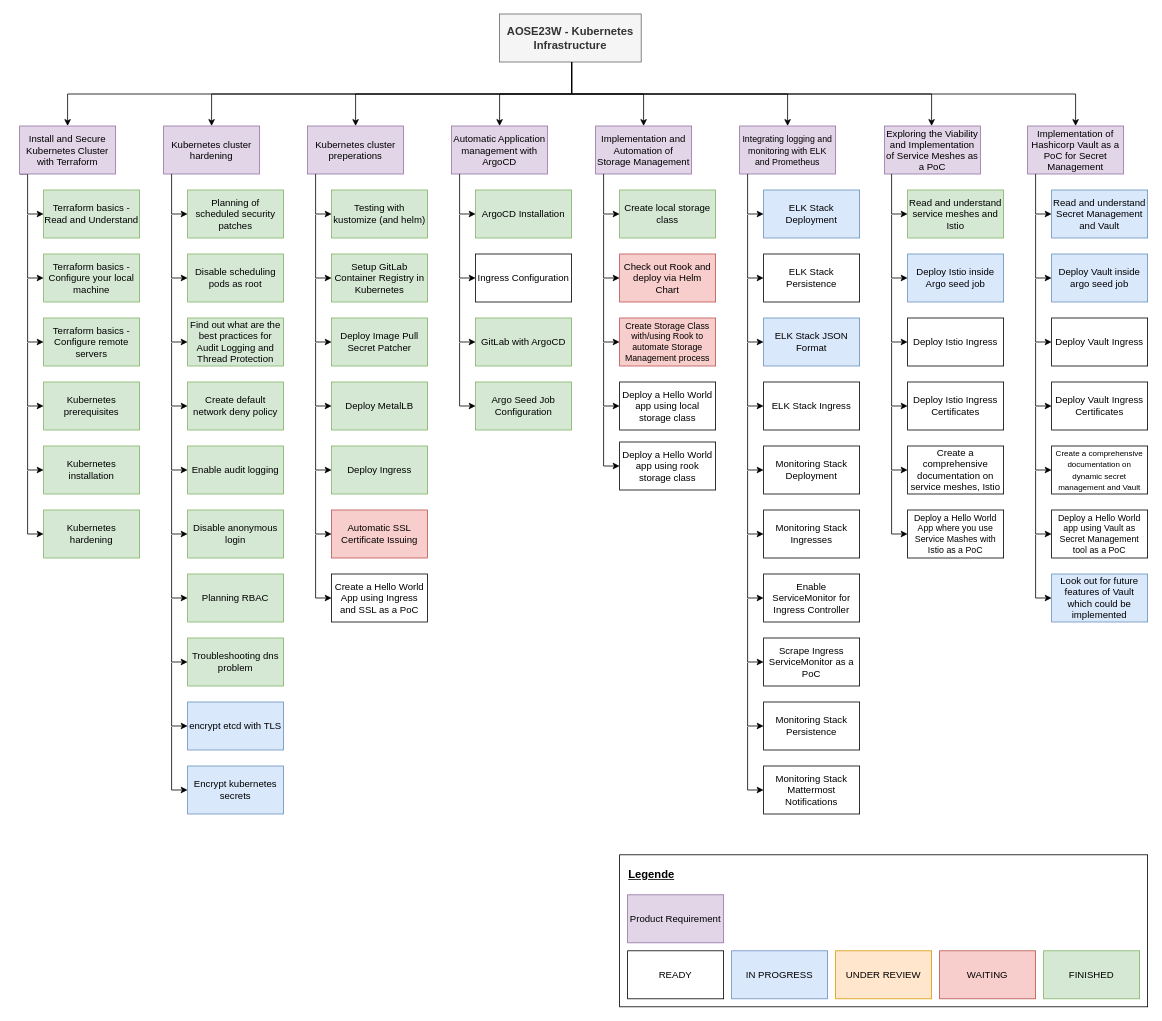
Above: uni-bsc/product-requirements-kubernetes-infrastructure.drawio in pogii123/drawio-charts (draw.io), before the change. Source tidied: cells renumbered, new cells numbered last; positions are measured from the earlier drawing's top-left corner, leaving out a move shared by most shapes. Both pictures are drawn from the tidied source at 80%, with x=0, y=0 at pixel (19, 14).
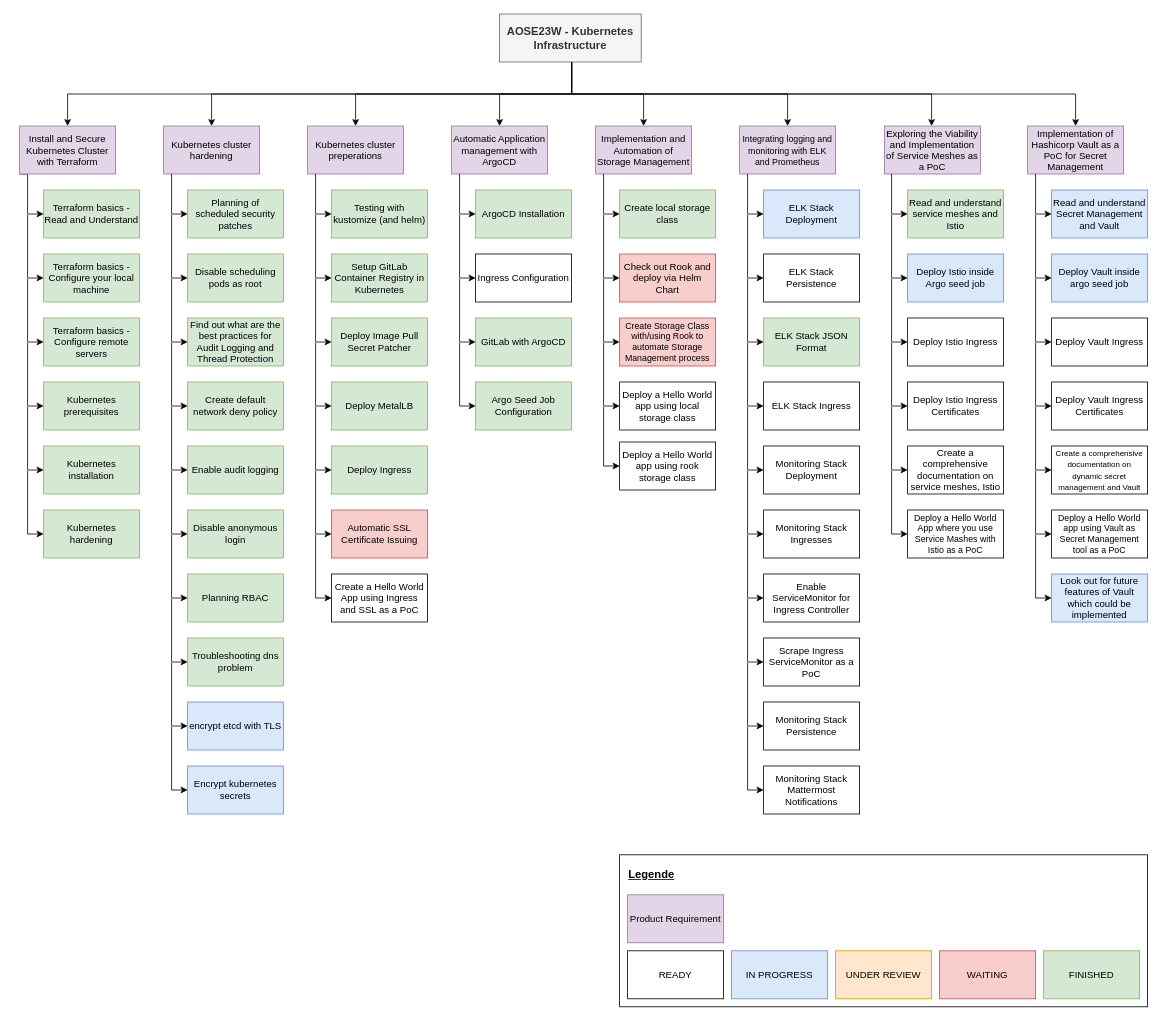
The same diagram, later.

The edit, as a diff of the source:
```diff
@@
-    <mxCell id="88" value="ELK Stack JSON Format" style="rounded=0;whiteSpace=wrap;html=1;fillColor=#dae8fc;strokeColor=#6c8ebf;" parent="1" vertex="1">
+    <mxCell id="88" value="ELK Stack JSON Format" style="rounded=0;whiteSpace=wrap;html=1;fillColor=#d5e8d4;strokeColor=#82b366;" parent="1" vertex="1">
       <mxGeometry x="930" y="380" width="120" height="60" as="geometry" />
     </mxCell>
```
